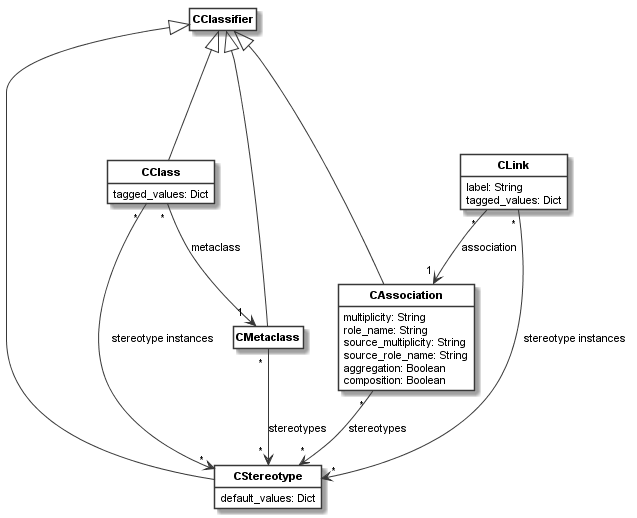
Above: docs/_images/stereotype_model.png in uzdun/CodeableModels (PlantUML), before the change. Source of this version:
```plantuml
@startuml
skinparam monochrome true
skinparam ClassBackgroundColor White
hide empty members
hide circle
skinparam defaultFontName Arial
skinparam defaultFontSize 11
skinparam classfontstyle bold
class "CStereotype" as __1_CStereotype{
default_values: Dict
}

class "CClassifier" as __2_CClassifier
class "CClass" as __3_CClass{
tagged_values: Dict
}

class "CMetaclass" as __4_CMetaclass
class "CAssociation" as __5_CAssociation{
multiplicity: String
role_name: String
source_multiplicity: String
source_role_name: String
aggregation: Boolean
composition: Boolean
}

class "CLink" as __6_CLink{
label: String
tagged_values: Dict
}

__2_CClassifier <|--- __3_CClass
__2_CClassifier <|--- __5_CAssociation
__2_CClassifier <|--- __4_CMetaclass
__2_CClassifier <|--- __1_CStereotype
__3_CClass " * "  -->  " 1 " __4_CMetaclass: "metaclass"
__3_CClass " * "  -->  " * " __1_CStereotype: "stereotype instances"
__4_CMetaclass " * "  -->  " * " __1_CStereotype: "stereotypes"
__5_CAssociation " * "  -->  " * " __1_CStereotype: "stereotypes"
__6_CLink " * "  -->  " * " __1_CStereotype: "stereotype instances"
__6_CLink " * "  -->  " 1 " __5_CAssociation: "association"
@enduml
```
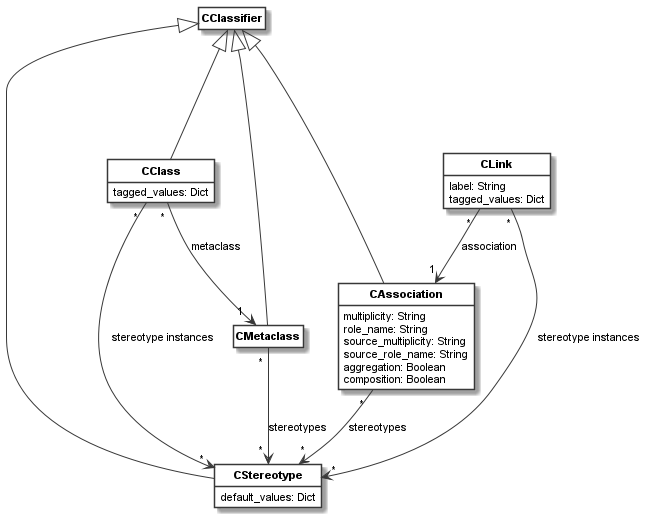
The same diagram one commit later.

Change to the diagram source:
```diff
@@ -5,18 +5,17 @@
 hide circle
 skinparam defaultFontName Arial
 skinparam defaultFontSize 11
-skinparam classfontstyle bold
-class "CStereotype" as __1_CStereotype{
+class "<b>CStereotype</b>" as __1_CStereotype{
 default_values: Dict
 }
 
-class "CClassifier" as __2_CClassifier
-class "CClass" as __3_CClass{
+class "<b>CClassifier</b>" as __2_CClassifier
+class "<b>CClass</b>" as __3_CClass{
 tagged_values: Dict
 }
 
-class "CMetaclass" as __4_CMetaclass
-class "CAssociation" as __5_CAssociation{
+class "<b>CMetaclass</b>" as __4_CMetaclass
+class "<b>CAssociation</b>" as __5_CAssociation{
 multiplicity: String
 role_name: String
 source_multiplicity: String
@@ -25,7 +24,7 @@
 composition: Boolean
 }
 
-class "CLink" as __6_CLink{
+class "<b>CLink</b>" as __6_CLink{
 label: String
 tagged_values: Dict
 }
```
